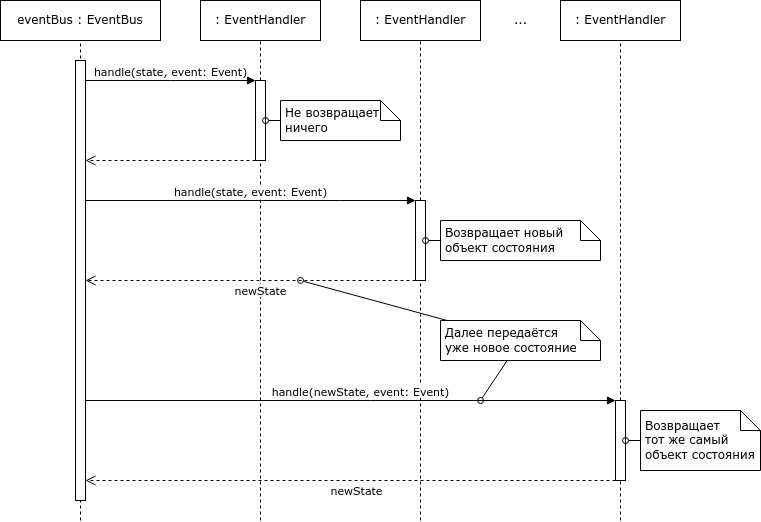
Above: uml/event_propagation_sequence.drawio.png in ProgMiner/Lab_SoftwareDevelopment (draw.io), before the change. Source tidied: cells renumbered, new cells last; positions are measured from the earlier drawing's top-left corner, leaving out a move shared by most shapes.
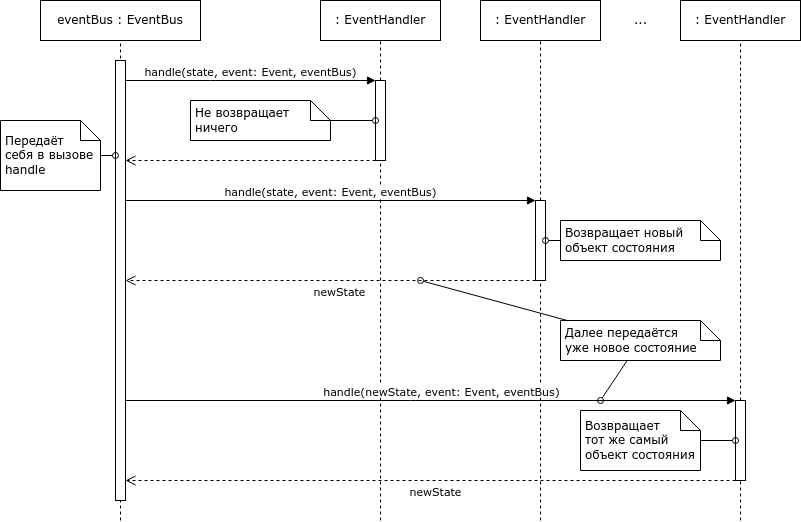
The same file after the commit.

Change to the diagram source:
```diff
@@ -3,7 +3,7 @@
     <mxCell id="0" />
     <mxCell id="1" parent="0" />
     <mxCell id="2" value="eventBus : EventBus" style="html=1;whiteSpace=wrap;" parent="1" vertex="1">
-      <mxGeometry width="160" height="40" as="geometry" />
+      <mxGeometry x="-80" width="160" height="40" as="geometry" />
     </mxCell>
     <mxCell id="3" value=": EventHandler" style="html=1;whiteSpace=wrap;" parent="1" vertex="1">
       <mxGeometry x="200" width="120" height="40" as="geometry" />
@@ -19,7 +19,7 @@
     </mxCell>
     <mxCell id="7" style="endArrow=none;dashed=1;html=1;rounded=0;" parent="1" edge="1" target="2">
       <mxGeometry relative="1" as="geometry">
-        <mxPoint x="80" y="520" as="sourcePoint" />
+        <mxPoint y="520" as="sourcePoint" />
       </mxGeometry>
     </mxCell>
     <mxCell id="8" style="endArrow=none;dashed=1;html=1;rounded=0;" parent="1" edge="1" source="13" target="3">
@@ -32,7 +32,7 @@
       <mxGeometry relative="1" as="geometry" />
     </mxCell>
     <mxCell id="11" style="html=1;points=[];perimeter=orthogonalPerimeter;outlineConnect=0;targetShapes=umlLifeline;portConstraint=eastwest;newEdgeStyle={&quot;edgeStyle&quot;:&quot;elbowEdgeStyle&quot;,&quot;elbow&quot;:&quot;vertical&quot;,&quot;curved&quot;:0,&quot;rounded&quot;:0};" parent="1" vertex="1">
-      <mxGeometry x="75" y="60" width="10" height="440" as="geometry" />
+      <mxGeometry x="-5" y="60" width="10" height="440" as="geometry" />
     </mxCell>
     <mxCell id="12" style="endArrow=none;dashed=1;html=1;rounded=0;" parent="1" edge="1" target="13">
       <mxGeometry relative="1" as="geometry">
@@ -58,31 +58,31 @@
     <mxCell id="17" style="html=1;points=[];perimeter=orthogonalPerimeter;outlineConnect=0;targetShapes=umlLifeline;portConstraint=eastwest;newEdgeStyle={&quot;edgeStyle&quot;:&quot;elbowEdgeStyle&quot;,&quot;elbow&quot;:&quot;vertical&quot;,&quot;curved&quot;:0,&quot;rounded&quot;:0};" parent="1" vertex="1">
       <mxGeometry x="615" y="400" width="10" height="80" as="geometry" />
     </mxCell>
-    <mxCell id="18" value="handle(state, event: Event)" style="html=1;verticalAlign=bottom;endArrow=block;elbow=vertical;rounded=0;" parent="1" edge="1" source="11" target="13">
+    <mxCell id="18" value="handle(state, event: Event, eventBus)" style="html=1;verticalAlign=bottom;endArrow=block;elbow=vertical;rounded=0;" parent="1" edge="1" source="11" target="13">
       <mxGeometry relative="1" as="geometry">
         <Array as="points">
-          <mxPoint x="170" y="80" />
+          <mxPoint x="90" y="80" />
         </Array>
       </mxGeometry>
     </mxCell>
     <mxCell id="19" style="html=1;verticalAlign=bottom;endArrow=open;dashed=1;endSize=8;elbow=vertical;rounded=0;" parent="1" edge="1" source="13" target="11">
       <mxGeometry relative="1" as="geometry">
         <Array as="points">
-          <mxPoint x="180" y="160" />
+          <mxPoint x="100" y="160" />
         </Array>
       </mxGeometry>
     </mxCell>
-    <mxCell id="20" value="handle(state, event: Event)" style="html=1;verticalAlign=bottom;endArrow=block;elbow=vertical;rounded=0;" parent="1" edge="1" source="11" target="15">
+    <mxCell id="20" value="handle(state, event: Event, eventBus)" style="html=1;verticalAlign=bottom;endArrow=block;elbow=vertical;rounded=0;" parent="1" edge="1" source="11" target="15">
       <mxGeometry relative="1" as="geometry">
         <Array as="points">
-          <mxPoint x="340" y="200" />
+          <mxPoint x="260" y="200" />
         </Array>
       </mxGeometry>
     </mxCell>
     <mxCell id="21" style="html=1;verticalAlign=bottom;endArrow=open;dashed=1;endSize=8;elbow=vertical;rounded=0;" parent="1" edge="1" source="15" target="11">
       <mxGeometry relative="1" as="geometry">
         <Array as="points">
-          <mxPoint x="230" y="280" />
+          <mxPoint x="150" y="280" />
         </Array>
       </mxGeometry>
     </mxCell>
@@ -91,17 +91,17 @@
         <mxPoint x="17" y="12" as="offset" />
       </mxGeometry>
     </mxCell>
-    <mxCell id="23" value="handle(newState, event: Event)" style="html=1;verticalAlign=bottom;endArrow=block;elbow=vertical;rounded=0;" parent="1" edge="1" source="11" target="17">
+    <mxCell id="23" value="handle(newState, event: Event, eventBus)" style="html=1;verticalAlign=bottom;endArrow=block;elbow=vertical;rounded=0;" parent="1" edge="1" source="11" target="17">
       <mxGeometry x="0.04" relative="1" as="geometry">
         <Array as="points">
-          <mxPoint x="370" y="400" />
+          <mxPoint x="290" y="400" />
         </Array>
       </mxGeometry>
     </mxCell>
     <mxCell id="24" style="html=1;verticalAlign=bottom;endArrow=open;dashed=1;endSize=8;elbow=vertical;rounded=0;" parent="1" edge="1" source="17" target="11">
       <mxGeometry relative="1" as="geometry">
         <Array as="points">
-          <mxPoint x="300" y="480" />
+          <mxPoint x="220" y="480" />
         </Array>
       </mxGeometry>
     </mxCell>
@@ -111,7 +111,7 @@
       </mxGeometry>
     </mxCell>
     <mxCell id="26" value="Не возвращает ничего" style="shape=note;size=20;whiteSpace=wrap;html=1;align=left;spacing=5;" parent="1" vertex="1">
-      <mxGeometry x="280" y="100" width="120" height="40" as="geometry" />
+      <mxGeometry x="70" y="100" width="140" height="40" as="geometry" />
     </mxCell>
     <mxCell id="27" style="endArrow=oval;html=1;rounded=0;endFill=0;" parent="1" edge="1" source="26" target="13">
       <mxGeometry relative="1" as="geometry" />
@@ -123,7 +123,7 @@
       <mxGeometry relative="1" as="geometry" />
     </mxCell>
     <mxCell id="30" value="Возвращает&lt;br&gt;тот же самый объект состояния" style="shape=note;size=20;whiteSpace=wrap;html=1;align=left;spacing=5;" parent="1" vertex="1">
-      <mxGeometry x="640" y="410" width="120" height="60" as="geometry" />
+      <mxGeometry x="460" y="410" width="120" height="60" as="geometry" />
     </mxCell>
     <mxCell id="31" style="endArrow=oval;html=1;rounded=0;endFill=0;" parent="1" edge="1" source="30" target="17">
       <mxGeometry relative="1" as="geometry" />
@@ -141,5 +141,11 @@
         <mxPoint x="480" y="400" as="targetPoint" />
       </mxGeometry>
     </mxCell>
+    <mxCell id="35" value="Передаёт&lt;br&gt;себя в вызове handle" style="shape=note;size=20;whiteSpace=wrap;html=1;align=left;spacing=5;" parent="1" vertex="1">
+      <mxGeometry x="-120" y="120" width="100" height="70" as="geometry" />
+    </mxCell>
+    <mxCell id="36" style="endArrow=oval;html=1;rounded=0;endFill=0;" parent="1" edge="1" source="35" target="11">
+      <mxGeometry relative="1" as="geometry" />
+    </mxCell>
   </root>
 </mxGraphModel>
```
